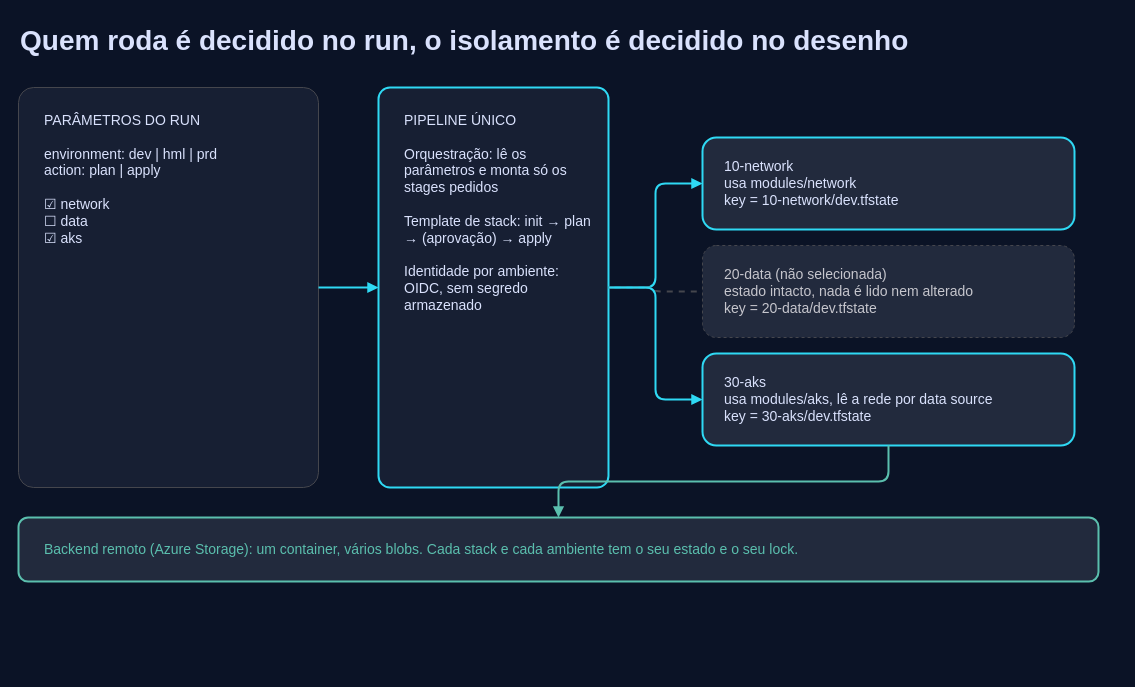
The draw.io diagram public/images/blog/2026-11-21/parametros-selecionam-stacks.drawio in rezendesfelipe/rezendesfelipe.github.io, before the edit. Source tidied: cells renumbered, new cells numbered last; positions are measured from the earlier drawing's top-left corner, leaving out a move shared by most shapes. Both pictures are drawn from the tidied source at 100%, with x=0, y=0 at pixel (18, 17).
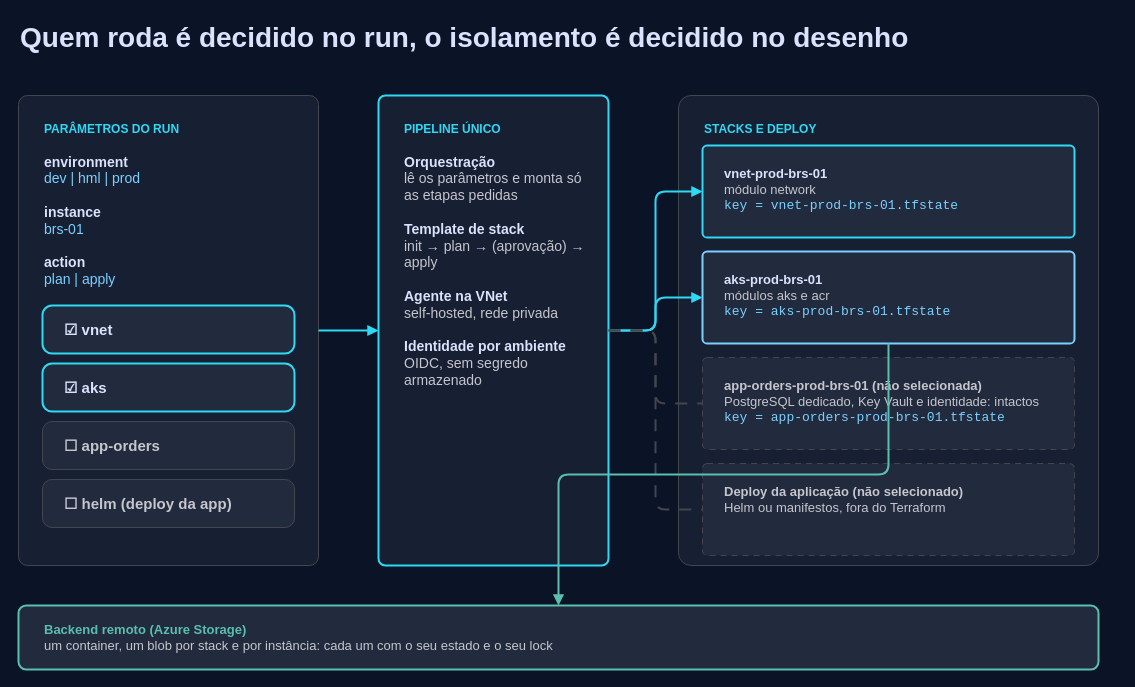
Above is the later version.

Commit message (it also covers changes not shown here):
docs(blog): resource-style naming, per-app PostgreSQL and Helm deploy

Change to the diagram source:
```diff
@@
-    <mxCell id="2" value="Quem roda é decidido no run, o isolamento é decidido no desenho" style="text;html=1;fontSize=28;fontStyle=1;fontFamily=Space Grotesk;fontColor=#dae2fd;align=left;" parent="1" vertex="1">
-      <mxGeometry width="1000" height="40" as="geometry" />
+    <mxCell id="2" value="Quem roda é decidido no run, o isolamento é decidido no desenho" style="text;html=1;align=left;verticalAlign=middle;fontSize=28;fontStyle=1;fontColor=#dae2fd;fontFamily=Space Grotesk;" parent="1" vertex="1">
+      <mxGeometry width="1100" height="40" as="geometry" />
     </mxCell>
-    <mxCell id="3" value="PARÂMETROS DO RUN&#10;&#10;environment: dev | hml | prd&#10;action: plan | apply&#10;&#10;☑ network&#10;☐ data&#10;☑ aks" style="rounded=1;arcSize=5;html=0;whiteSpace=wrap;align=left;verticalAlign=top;spacingLeft=24;spacingTop=18;fillColor=#171f33;strokeColor=#45464d;fontColor=#dae2fd;fontFamily=Manrope;fontSize=14;" parent="1" vertex="1">
-      <mxGeometry y="70" width="300" height="400" as="geometry" />
-    </mxCell>
-    <mxCell id="4" value="PIPELINE ÚNICO&#10;&#10;Orquestração: lê os parâmetros e monta só os stages pedidos&#10;&#10;Template de stack: init → plan → (aprovação) → apply&#10;&#10;Identidade por ambiente: OIDC, sem segredo armazenado" style="rounded=1;arcSize=5;html=0;whiteSpace=wrap;align=left;verticalAlign=top;spacingLeft=24;spacingRight=16;spacingTop=18;fillColor=#171f33;strokeColor=#2fd9f4;strokeWidth=2;fontColor=#dae2fd;fontFamily=Manrope;fontSize=14;" parent="1" vertex="1">
-      <mxGeometry x="360" y="70" width="230" height="400" as="geometry" />
-    </mxCell>
-    <mxCell id="5" value="10-network&#10;usa modules/network&#10;key = 10-network/dev.tfstate" style="rounded=1;html=0;whiteSpace=wrap;align=left;spacingLeft=20;fillColor=#222a3d;strokeColor=#2fd9f4;strokeWidth=2;fontColor=#dae2fd;fontFamily=Manrope;fontSize=14;" parent="1" vertex="1">
-      <mxGeometry x="684" y="120" width="372" height="92" as="geometry" />
-    </mxCell>
-    <mxCell id="6" value="20-data (não selecionada)&#10;estado intacto, nada é lido nem alterado&#10;key = 20-data/dev.tfstate" style="rounded=1;html=0;whiteSpace=wrap;align=left;spacingLeft=20;dashed=1;fillColor=#222a3d;strokeColor=#45464d;fontColor=#c6c6cd;fontFamily=Manrope;fontSize=14;" parent="1" vertex="1">
-      <mxGeometry x="684" y="228" width="372" height="92" as="geometry" />
-    </mxCell>
-    <mxCell id="7" value="30-aks&#10;usa modules/aks, lê a rede por data source&#10;key = 30-aks/dev.tfstate" style="rounded=1;html=0;whiteSpace=wrap;align=left;spacingLeft=20;fillColor=#222a3d;strokeColor=#2fd9f4;strokeWidth=2;fontColor=#dae2fd;fontFamily=Manrope;fontSize=14;" parent="1" vertex="1">
-      <mxGeometry x="684" y="336" width="372" height="92" as="geometry" />
-    </mxCell>
-    <mxCell id="8" value="Backend remoto (Azure Storage): um container, vários blobs. Cada stack e cada ambiente tem o seu estado e o seu lock." style="rounded=1;html=0;whiteSpace=wrap;align=left;spacingLeft=24;fillColor=#222a3d;strokeColor=#5bbfae;strokeWidth=2;fontColor=#5bbfae;fontFamily=Manrope;fontSize=14;" parent="1" vertex="1">
-      <mxGeometry y="500" width="1080" height="64" as="geometry" />
-    </mxCell>
-    <mxCell id="9" style="edgeStyle=orthogonalEdgeStyle;strokeColor=#2fd9f4;strokeWidth=2;endArrow=block;endFill=1;" parent="1" edge="1" source="3" target="4">
-      <mxGeometry relative="1" as="geometry" />
-    </mxCell>
-    <mxCell id="10" style="edgeStyle=orthogonalEdgeStyle;strokeColor=#2fd9f4;strokeWidth=2;endArrow=block;endFill=1;" parent="1" edge="1" source="4" target="5">
-      <mxGeometry relative="1" as="geometry" />
-    </mxCell>
-    <mxCell id="11" style="edgeStyle=orthogonalEdgeStyle;strokeColor=#45464d;strokeWidth=2;dashed=1;endArrow=none;" parent="1" edge="1" source="4" target="6">
-      <mxGeometry relative="1" as="geometry" />
-    </mxCell>
-    <mxCell id="12" style="edgeStyle=orthogonalEdgeStyle;strokeColor=#2fd9f4;strokeWidth=2;endArrow=block;endFill=1;" parent="1" edge="1" source="4" target="7">
-      <mxGeometry relative="1" as="geometry" />
-    </mxCell>
-    <mxCell id="13" style="edgeStyle=orthogonalEdgeStyle;strokeColor=#5bbfae;strokeWidth=2;endArrow=block;endFill=1;" parent="1" edge="1" source="7" target="8">
-      <mxGeometry relative="1" as="geometry" />
-    </mxCell>
+    <mxCell id="14" value="&lt;b style=&quot;font-family:Space Grotesk;color:#2fd9f4;font-size:12px&quot;&gt;PARÂMETROS DO RUN&lt;/b&gt;&lt;br&gt;&lt;br&gt;&lt;b&gt;environment&lt;/b&gt;&lt;br&gt;&lt;font color=&quot;#7bd0ff&quot;&gt;dev | hml | prod&lt;/font&gt;&lt;br&gt;&lt;br&gt;&lt;b&gt;instance&lt;/b&gt;&lt;br&gt;&lt;font color=&quot;#7bd0ff&quot;&gt;brs-01&lt;/font&gt;&lt;br&gt;&lt;br&gt;&lt;b&gt;action&lt;/b&gt;&lt;br&gt;&lt;font color=&quot;#7bd0ff&quot;&gt;plan | apply&lt;/font&gt;" style="rounded=1;arcSize=3;html=1;whiteSpace=wrap;align=left;verticalAlign=top;spacingLeft=24;spacingTop=18;fillColor=#171f33;strokeColor=#45464d;fontColor=#dae2fd;fontFamily=Manrope;fontSize=14;" parent="1" vertex="1">
+      <mxGeometry y="78" width="300" height="470" as="geometry" />
+    </mxCell>
+    <mxCell id="15" value="☑ vnet" style="rounded=1;arcSize=20;html=1;whiteSpace=wrap;align=left;spacingLeft=20;verticalAlign=middle;fillColor=#222a3d;strokeColor=#2fd9f4;strokeWidth=2;fontColor=#dae2fd;fontFamily=Space Grotesk;fontSize=15;fontStyle=1;" parent="1" vertex="1">
+      <mxGeometry x="24" y="288" width="252" height="48" as="geometry" />
+    </mxCell>
+    <mxCell id="16" value="☑ aks" style="rounded=1;arcSize=20;html=1;whiteSpace=wrap;align=left;spacingLeft=20;verticalAlign=middle;fillColor=#222a3d;strokeColor=#2fd9f4;strokeWidth=2;fontColor=#dae2fd;fontFamily=Space Grotesk;fontSize=15;fontStyle=1;" parent="1" vertex="1">
+      <mxGeometry x="24" y="346" width="252" height="48" as="geometry" />
+    </mxCell>
+    <mxCell id="17" value="☐ app-orders" style="rounded=1;arcSize=20;html=1;whiteSpace=wrap;align=left;spacingLeft=20;verticalAlign=middle;fillColor=#222a3d;strokeColor=#45464d;strokeWidth=1;fontColor=#c6c6cd;fontFamily=Space Grotesk;fontSize=15;fontStyle=1;" parent="1" vertex="1">
+      <mxGeometry x="24" y="404" width="252" height="48" as="geometry" />
+    </mxCell>
+    <mxCell id="18" value="☐ helm (deploy da app)" style="rounded=1;arcSize=20;html=1;whiteSpace=wrap;align=left;spacingLeft=20;verticalAlign=middle;fillColor=#222a3d;strokeColor=#45464d;strokeWidth=1;fontColor=#c6c6cd;fontFamily=Space Grotesk;fontSize=15;fontStyle=1;" parent="1" vertex="1">
+      <mxGeometry x="24" y="462" width="252" height="48" as="geometry" />
+    </mxCell>
+    <mxCell id="19" value="&lt;b style=&quot;font-family:Space Grotesk;color:#2fd9f4;font-size:12px&quot;&gt;PIPELINE ÚNICO&lt;/b&gt;&lt;br&gt;&lt;br&gt;&lt;b&gt;Orquestração&lt;/b&gt;&lt;br&gt;&lt;font color=&quot;#c6c6cd&quot;&gt;lê os parâmetros e monta só as etapas pedidas&lt;/font&gt;&lt;br&gt;&lt;br&gt;&lt;b&gt;Template de stack&lt;/b&gt;&lt;br&gt;&lt;font color=&quot;#c6c6cd&quot;&gt;init → plan → (aprovação) → apply&lt;/font&gt;&lt;br&gt;&lt;br&gt;&lt;b&gt;Agente na VNet&lt;/b&gt;&lt;br&gt;&lt;font color=&quot;#c6c6cd&quot;&gt;self-hosted, rede privada&lt;/font&gt;&lt;br&gt;&lt;br&gt;&lt;b&gt;Identidade por ambiente&lt;/b&gt;&lt;br&gt;&lt;font color=&quot;#c6c6cd&quot;&gt;OIDC, sem segredo armazenado&lt;/font&gt;" style="rounded=1;arcSize=3;html=1;whiteSpace=wrap;align=left;verticalAlign=top;spacingLeft=24;spacingRight=14;spacingTop=18;fillColor=#171f33;strokeColor=#2fd9f4;strokeWidth=2;fontColor=#dae2fd;fontFamily=Manrope;fontSize=14;" parent="1" vertex="1">
+      <mxGeometry x="360" y="78" width="230" height="470" as="geometry" />
+    </mxCell>
+    <mxCell id="20" value="&lt;b style=&quot;font-family:Space Grotesk;color:#2fd9f4;font-size:12px&quot;&gt;STACKS E DEPLOY&lt;/b&gt;" style="rounded=1;arcSize=3;html=1;whiteSpace=wrap;align=left;verticalAlign=top;spacingLeft=24;spacingTop=18;fillColor=#171f33;strokeColor=#45464d;fontColor=#dae2fd;fontFamily=Manrope;fontSize=14;" parent="1" vertex="1">
+      <mxGeometry x="660" y="78" width="420" height="470" as="geometry" />
+    </mxCell>
+    <mxCell id="21" value="&lt;b&gt;vnet-prod-brs-01&lt;/b&gt;&lt;br&gt;&lt;font color=&quot;#c6c6cd&quot;&gt;módulo network&lt;/font&gt;&lt;br&gt;&lt;font face=&quot;Courier New&quot; color=&quot;#7bd0ff&quot;&gt;key = vnet-prod-brs-01.tfstate&lt;/font&gt;" style="rounded=1;arcSize=5;html=1;whiteSpace=wrap;align=left;verticalAlign=top;spacingLeft=20;spacingTop=14;spacingRight=10;fillColor=#222a3d;strokeColor=#2fd9f4;strokeWidth=2;fontColor=#dae2fd;fontFamily=Manrope;fontSize=13;" parent="1" vertex="1">
+      <mxGeometry x="684" y="128" width="372" height="92" as="geometry" />
+    </mxCell>
+    <mxCell id="22" value="&lt;b&gt;aks-prod-brs-01&lt;/b&gt;&lt;br&gt;&lt;font color=&quot;#c6c6cd&quot;&gt;módulos aks e acr&lt;/font&gt;&lt;br&gt;&lt;font face=&quot;Courier New&quot; color=&quot;#7bd0ff&quot;&gt;key = aks-prod-brs-01.tfstate&lt;/font&gt;" style="rounded=1;arcSize=5;html=1;whiteSpace=wrap;align=left;verticalAlign=top;spacingLeft=20;spacingTop=14;spacingRight=10;fillColor=#222a3d;strokeColor=#7bd0ff;strokeWidth=2;fontColor=#dae2fd;fontFamily=Manrope;fontSize=13;" parent="1" vertex="1">
+      <mxGeometry x="684" y="234" width="372" height="92" as="geometry" />
+    </mxCell>
+    <mxCell id="23" value="&lt;b&gt;app-orders-prod-brs-01  (não selecionada)&lt;/b&gt;&lt;br&gt;&lt;font color=&quot;#c6c6cd&quot;&gt;PostgreSQL dedicado, Key Vault e identidade: intactos&lt;/font&gt;&lt;br&gt;&lt;font face=&quot;Courier New&quot; color=&quot;#7bd0ff&quot;&gt;key = app-orders-prod-brs-01.tfstate&lt;/font&gt;" style="rounded=1;arcSize=5;html=1;whiteSpace=wrap;align=left;verticalAlign=top;spacingLeft=20;spacingTop=14;spacingRight=10;fillColor=#222a3d;strokeColor=#45464d;strokeWidth=1;dashed=1;dashPattern=6 5;fontColor=#c6c6cd;fontFamily=Manrope;fontSize=13;" parent="1" vertex="1">
+      <mxGeometry x="684" y="340" width="372" height="92" as="geometry" />
+    </mxCell>
+    <mxCell id="24" value="&lt;b&gt;Deploy da aplicação  (não selecionado)&lt;/b&gt;&lt;br&gt;&lt;font color=&quot;#c6c6cd&quot;&gt;Helm ou manifestos, fora do Terraform&lt;/font&gt;" style="rounded=1;arcSize=5;html=1;whiteSpace=wrap;align=left;verticalAlign=top;spacingLeft=20;spacingTop=14;spacingRight=10;fillColor=#222a3d;strokeColor=#45464d;strokeWidth=1;dashed=1;dashPattern=6 5;fontColor=#c6c6cd;fontFamily=Manrope;fontSize=13;" parent="1" vertex="1">
+      <mxGeometry x="684" y="446" width="372" height="92" as="geometry" />
+    </mxCell>
+    <mxCell id="25" value="&lt;b style=&quot;font-family:Space Grotesk;color:#5bbfae&quot;&gt;Backend remoto (Azure Storage)&lt;/b&gt;&lt;br&gt;&lt;font color=&quot;#c6c6cd&quot;&gt;um container, um blob por stack e por instância: cada um com o seu estado e o seu lock&lt;/font&gt;" style="rounded=1;arcSize=12;html=1;whiteSpace=wrap;align=left;verticalAlign=middle;spacingLeft=24;fillColor=#222a3d;strokeColor=#5bbfae;strokeWidth=2;fontColor=#c6c6cd;fontFamily=Manrope;fontSize=13;" parent="1" vertex="1">
+      <mxGeometry y="588" width="1080" height="64" as="geometry" />
+    </mxCell>
+    <mxCell id="26" style="edgeStyle=orthogonalEdgeStyle;html=1;strokeColor=#2fd9f4;strokeWidth=2;endArrow=block;endFill=1;" parent="1" edge="1" source="14" target="19">
+      <mxGeometry relative="1" as="geometry" />
+    </mxCell>
+    <mxCell id="27" style="edgeStyle=orthogonalEdgeStyle;html=1;strokeColor=#2fd9f4;strokeWidth=2;endArrow=block;endFill=1;" parent="1" edge="1" source="19" target="21">
+      <mxGeometry relative="1" as="geometry" />
+    </mxCell>
+    <mxCell id="28" style="edgeStyle=orthogonalEdgeStyle;html=1;strokeColor=#2fd9f4;strokeWidth=2;endArrow=block;endFill=1;" parent="1" edge="1" source="19" target="22">
+      <mxGeometry relative="1" as="geometry" />
+    </mxCell>
+    <mxCell id="29" style="edgeStyle=orthogonalEdgeStyle;html=1;strokeColor=#45464d;strokeWidth=2;endArrow=none;endFill=1;dashed=1;dashPattern=6 5;" parent="1" edge="1" source="19" target="23">
+      <mxGeometry relative="1" as="geometry" />
+    </mxCell>
+    <mxCell id="30" style="edgeStyle=orthogonalEdgeStyle;html=1;strokeColor=#45464d;strokeWidth=2;endArrow=none;endFill=1;dashed=1;dashPattern=6 5;" parent="1" edge="1" source="19" target="24">
+      <mxGeometry relative="1" as="geometry" />
+    </mxCell>
+    <mxCell id="31" style="edgeStyle=orthogonalEdgeStyle;html=1;strokeColor=#5bbfae;strokeWidth=2;endArrow=block;endFill=1;" parent="1" edge="1" source="22" target="25">
+      <mxGeometry relative="1" as="geometry" />
+    </mxCell>
```
